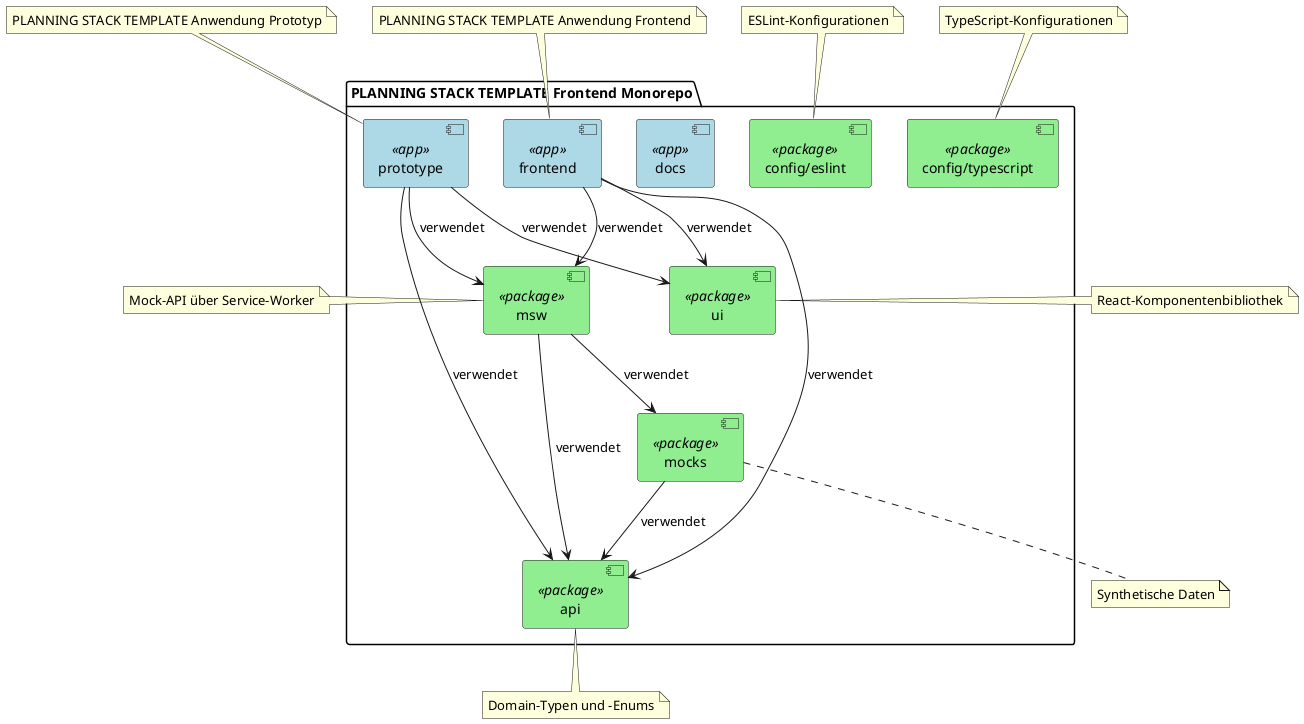
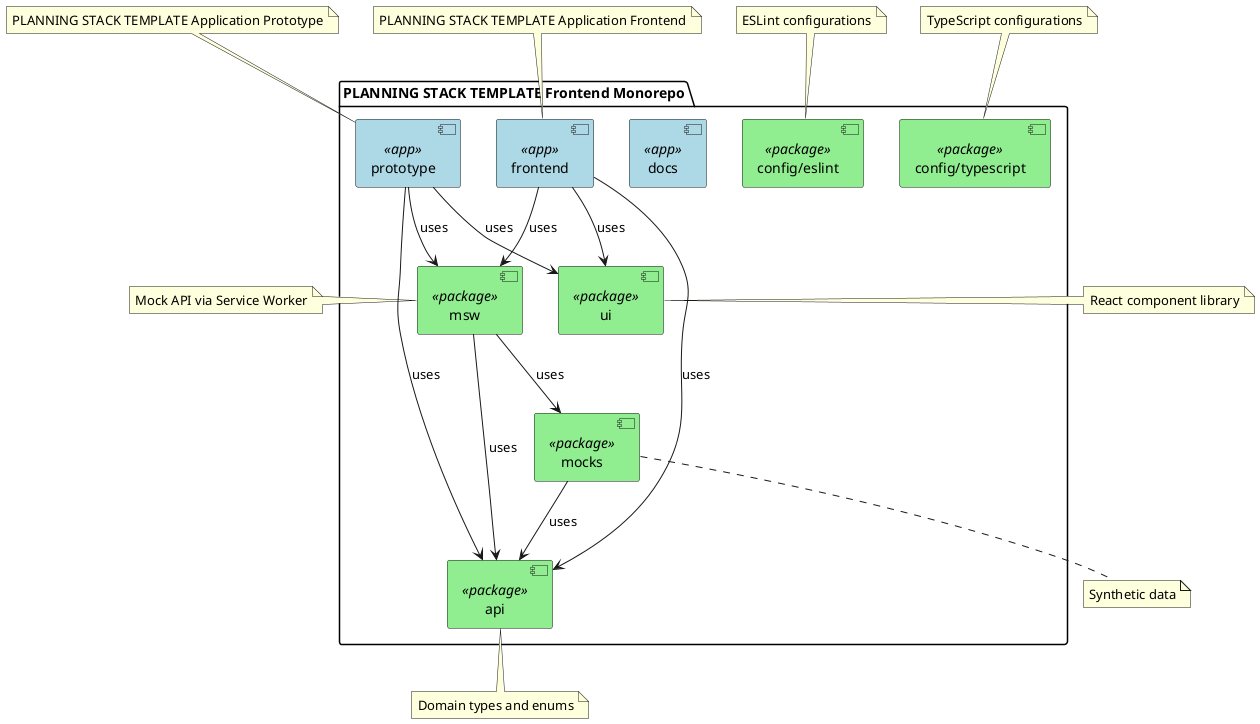
@startuml
!define RECTANGLE class

skinparam component {
  BackgroundColor<<app>> LightBlue
  BackgroundColor<<package>> LightGreen
}

package "PLANNING STACK TEMPLATE Frontend Monorepo" {
  [prototype]<<app>> as prototype
  [frontend]<<app>> as frontend
  [api]<<package>> as api
  [docs]<<app>> as docs
  [mocks]<<package>> as mockData
  [msw]<<package>> as mockApi
  [ui]<<package>> as ui
  [config/eslint]<<package>> as eslintConfig
  [config/typescript]<<package>> as typescriptConfig
}

- prototype --> api : verwendet
- prototype --> mockApi : verwendet
- prototype --> ui : verwendet
+ prototype --> api : uses
+ prototype --> mockApi : uses
+ prototype --> ui : uses

- frontend --> api : verwendet
- frontend --> mockApi : verwendet
- frontend --> ui : verwendet
+ frontend --> api : uses
+ frontend --> mockApi : uses
+ frontend --> ui : uses

- mockApi --> mockData : verwendet
- mockApi --> api : verwendet
- mockData --> api : verwendet
+ mockApi --> mockData : uses
+ mockApi --> api : uses
+ mockData --> api : uses

- note top of prototype : PLANNING STACK TEMPLATE Anwendung Prototyp
- note top of frontend : PLANNING STACK TEMPLATE Anwendung Frontend
- note bottom of api : Domain-Typen und -Enums
- note bottom of mockData : Synthetische Daten
- note left of mockApi : Mock-API über Service-Worker
- note right of ui : React-Komponentenbibliothek
- note top of eslintConfig : ESLint-Konfigurationen
- note top of typescriptConfig : TypeScript-Konfigurationen
+ note top of prototype : PLANNING STACK TEMPLATE Application Prototype
+ note top of frontend : PLANNING STACK TEMPLATE Application Frontend
+ note bottom of api : Domain types and enums
+ note bottom of mockData : Synthetic data
+ note left of mockApi : Mock API via Service Worker
+ note right of ui : React component library
+ note top of eslintConfig : ESLint configurations
+ note top of typescriptConfig : TypeScript configurations

- @enduml+ @enduml
